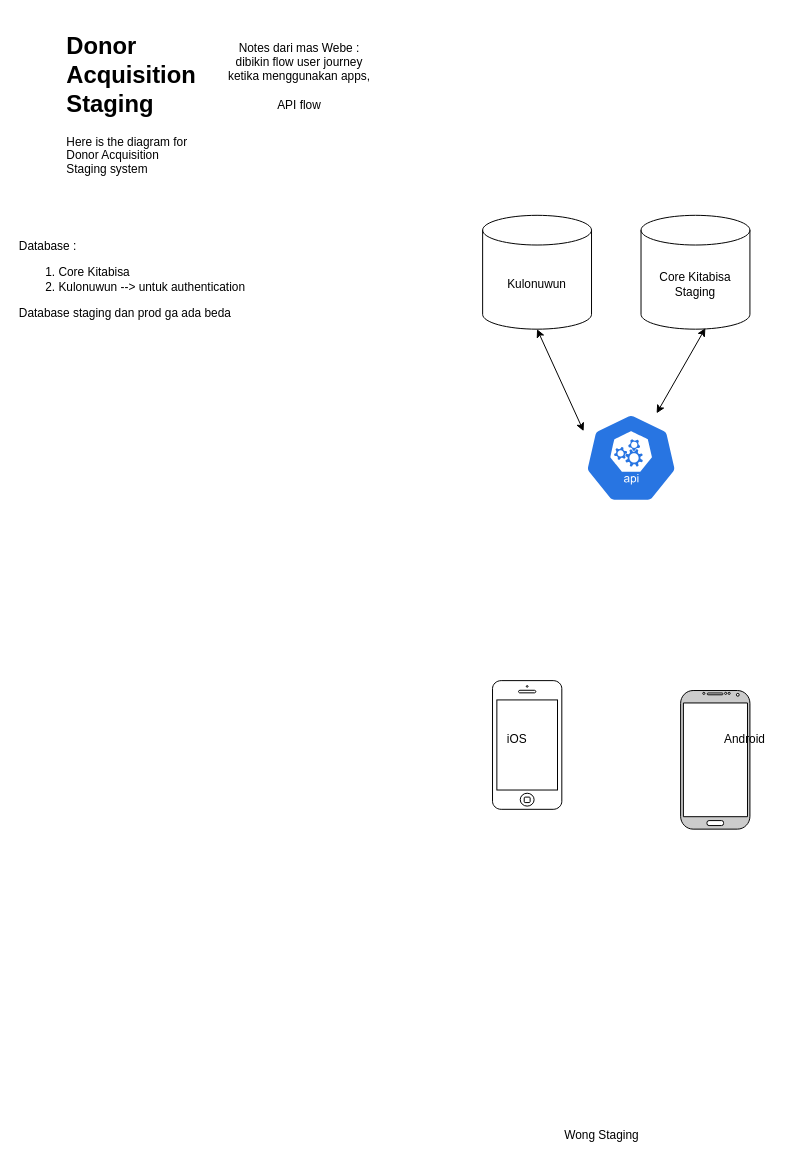
WisnuBramantyo/KTBS-Testing keeps this draw.io diagram as page "BAYU" (3 of 3) of KTBS-DAS-System-Diagram.drawio. Above is the earlier version. Source tidied: cells renumbered, new cells numbered last; positions are measured from the earlier drawing's top-left corner, leaving out a move shared by most shapes. Both pictures are drawn from the tidied source at 99%, with x=0, y=0 at pixel (17, 17).
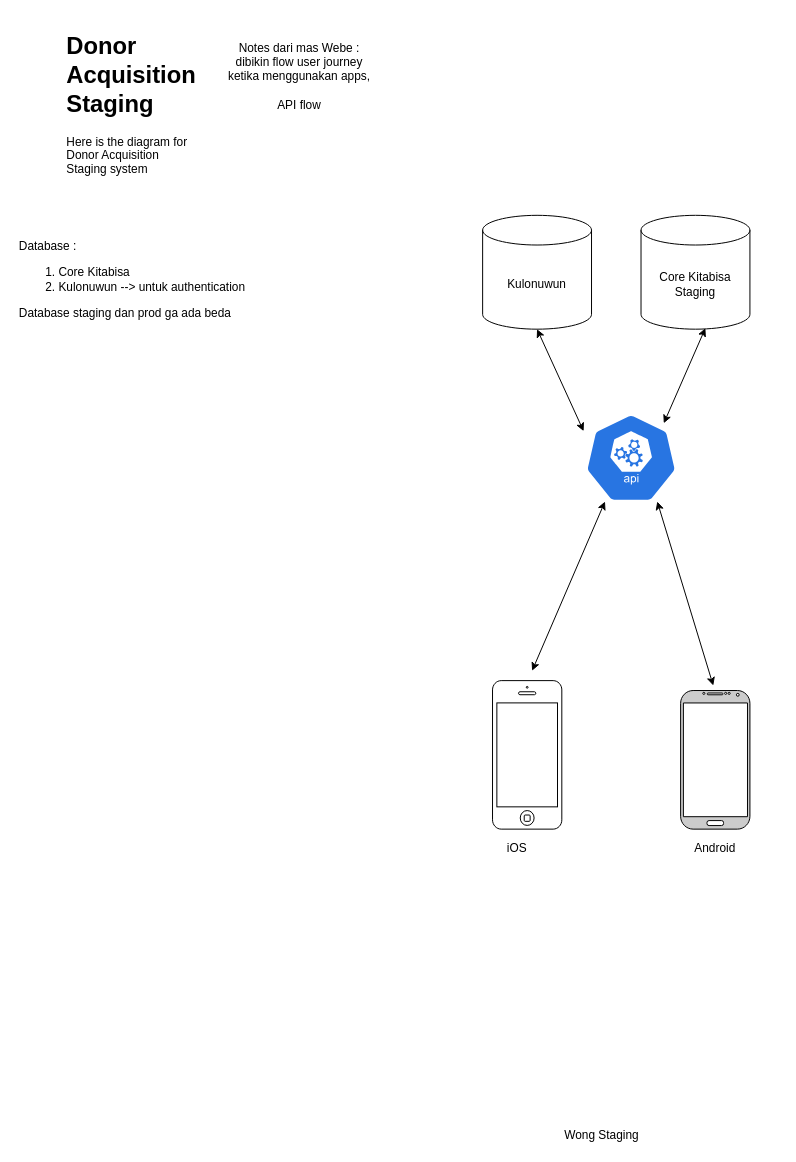
The same diagram, later.

Commit message:
Update KTBS-DAS-System-Diagram.drawio Bayu Update, fix positioning and diagram

Change to the diagram source:
```diff
@@
 <mxGraphModel>
   <root>
     <mxCell id="0" />
     <mxCell id="1" parent="0" />
     <mxCell id="2" value="Kulonuwun" style="shape=cylinder3;whiteSpace=wrap;html=1;boundedLbl=1;backgroundOutline=1;size=15;" parent="1" vertex="1">
       <mxGeometry x="470" y="200" width="110" height="115" as="geometry" />
     </mxCell>
     <mxCell id="3" value="Core Kitabisa Staging" style="shape=cylinder3;whiteSpace=wrap;html=1;boundedLbl=1;backgroundOutline=1;size=15;" parent="1" vertex="1">
       <mxGeometry x="630" y="200" width="110" height="115" as="geometry" />
     </mxCell>
     <mxCell id="4" value="&lt;h1&gt;Donor Acquisition Staging&lt;/h1&gt;&lt;p&gt;Here is the diagram for Donor Acquisition Staging system&lt;/p&gt;" style="text;html=1;strokeColor=none;fillColor=none;spacing=5;spacingTop=-20;whiteSpace=wrap;overflow=hidden;rounded=0;direction=south;" parent="1" vertex="1">
       <mxGeometry x="45" y="10" width="140" height="175" as="geometry" />
     </mxCell>
     <mxCell id="5" value="Notes dari mas Webe : dibikin flow user journey ketika menggunakan apps,&lt;br&gt;&lt;br&gt;API flow" style="text;html=1;strokeColor=none;fillColor=none;align=center;verticalAlign=middle;whiteSpace=wrap;rounded=0;" parent="1" vertex="1">
       <mxGeometry x="210" width="150" height="120" as="geometry" />
     </mxCell>
     <mxCell id="6" style="verticalLabelPosition=bottom;verticalAlign=top;html=1;shadow=0;dashed=0;strokeWidth=1;shape=mxgraph.android.phone2;fillColor=#CCCCCC;" parent="1" vertex="1">
       <mxGeometry x="670" y="680" width="70" height="140" as="geometry" />
     </mxCell>
     <mxCell id="7" style="html=1;verticalLabelPosition=bottom;labelBackgroundColor=#ffffff;verticalAlign=top;shadow=0;dashed=0;strokeWidth=1;shape=mxgraph.ios7.misc.iphone;fillColor=#FFFFFF;" parent="1" vertex="1">
-      <mxGeometry x="480" y="670" width="70" height="130" as="geometry" />
+      <mxGeometry x="480" y="670" width="70" height="150" as="geometry" />
     </mxCell>
     <mxCell id="8" value="iOS" style="text;html=1;strokeColor=none;fillColor=none;align=center;verticalAlign=middle;whiteSpace=wrap;rounded=0;" parent="1" vertex="1">
-      <mxGeometry x="450" y="720" width="110" height="20" as="geometry" />
+      <mxGeometry x="450" y="830" width="110" height="20" as="geometry" />
     </mxCell>
     <mxCell id="9" value="Android" style="text;html=1;strokeColor=none;fillColor=none;align=center;verticalAlign=middle;whiteSpace=wrap;rounded=0;" parent="1" vertex="1">
-      <mxGeometry x="700" y="720" width="70" height="20" as="geometry" />
+      <mxGeometry x="670" y="830" width="70" height="20" as="geometry" />
     </mxCell>
     <mxCell id="10" value="Wong Staging" style="text;html=1;strokeColor=none;fillColor=none;align=center;verticalAlign=middle;whiteSpace=wrap;rounded=0;" parent="1" vertex="1">
       <mxGeometry x="542.5" y="1120" width="95" height="20" as="geometry" />
     </mxCell>
     <mxCell id="11" style="html=1;dashed=0;whitespace=wrap;fillColor=#2875E2;strokeColor=#ffffff;points=[[0.005,0.63,0],[0.1,0.2,0],[0.9,0.2,0],[0.5,0,0],[0.995,0.63,0],[0.72,0.99,0],[0.5,1,0],[0.28,0.99,0]];shape=mxgraph.kubernetes.icon;prIcon=api;" parent="1" vertex="1">
       <mxGeometry x="560" y="400" width="120" height="90" as="geometry" />
     </mxCell>
     <mxCell id="12" value="Database : &lt;br&gt;&lt;ol&gt;&lt;li&gt;Core Kitabisa&amp;nbsp;&lt;/li&gt;&lt;li&gt;&lt;span&gt;Kulonuwun --&amp;gt; untuk authentication&lt;/span&gt;&lt;/li&gt;&lt;/ol&gt;&lt;div&gt;&lt;span&gt;Database staging dan prod ga ada beda&lt;/span&gt;&lt;br&gt;&lt;/div&gt;" style="text;html=1;strokeColor=none;fillColor=none;align=left;verticalAlign=middle;whiteSpace=wrap;rounded=0;" parent="1" vertex="1">
       <mxGeometry y="160" width="380" height="210" as="geometry" />
     </mxCell>
     <mxCell id="13" style="endArrow=classic;startArrow=classic;html=1;entryX=0.5;entryY=1;entryDx=0;entryDy=0;entryPerimeter=0;exitX=0.1;exitY=0.2;exitDx=0;exitDy=0;exitPerimeter=0;" parent="1" edge="1" source="11" target="2">
       <mxGeometry relative="1" as="geometry" />
     </mxCell>
-    <mxCell id="14" style="endArrow=classic;startArrow=classic;html=1;entryX=0.591;entryY=0.991;entryDx=0;entryDy=0;entryPerimeter=0;" parent="1" edge="1" source="11" target="3">
-      <mxGeometry relative="1" as="geometry" />
+    <mxCell id="14" style="endArrow=classic;startArrow=classic;html=1;entryX=0.591;entryY=0.991;entryDx=0;entryDy=0;entryPerimeter=0;" parent="1" edge="1" target="3">
+      <mxGeometry relative="1" as="geometry">
+        <mxPoint x="653" y="410" as="sourcePoint" />
+      </mxGeometry>
     </mxCell>
+    <mxCell id="15" style="endArrow=classic;startArrow=classic;html=1;entryX=0.28;entryY=0.99;entryDx=0;entryDy=0;entryPerimeter=0;" parent="1" edge="1" target="11">
+      <mxGeometry relative="1" as="geometry">
+        <mxPoint x="520" y="660" as="sourcePoint" />
+      </mxGeometry>
+    </mxCell>
+    <mxCell id="16" style="endArrow=classic;startArrow=classic;html=1;entryX=0.72;entryY=0.99;entryDx=0;entryDy=0;entryPerimeter=0;exitX=0.471;exitY=-0.036;exitDx=0;exitDy=0;exitPerimeter=0;" parent="1" edge="1" source="6" target="11">
+      <mxGeometry relative="1" as="geometry" />
+    </mxCell>
   </root>
 </mxGraphModel>
```
